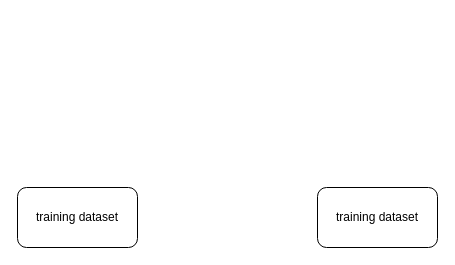
Above: 未命名绘图.drawio in xinxinxing/R-Drop (draw.io), before the change. Source tidied: cells renumbered, new cells numbered last; positions are measured from the earlier drawing's top-left corner, leaving out a move shared by most shapes. Both pictures are drawn from the tidied source at 100%, with x=0, y=0 at pixel (17, 187).
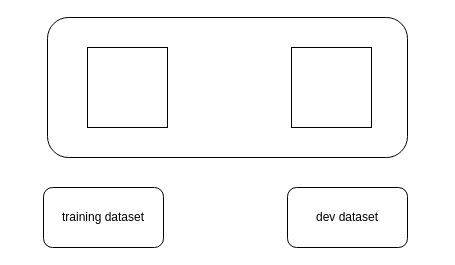
After the change.

Commit message (it also covers changes not shown here):
更新未命名绘图.drawio

Change to the diagram source:
```diff
@@
 <mxGraphModel>
   <root>
     <mxCell id="0" />
     <mxCell id="1" parent="0" />
     <mxCell id="2" value="training dataset" style="rounded=1;whiteSpace=wrap;html=1;" parent="1" vertex="1">
-      <mxGeometry width="120" height="60" as="geometry" />
+      <mxGeometry x="26" width="120" height="60" as="geometry" />
     </mxCell>
-    <mxCell id="3" value="training dataset" style="rounded=1;whiteSpace=wrap;html=1;" parent="1" vertex="1">
-      <mxGeometry x="300" width="120" height="60" as="geometry" />
+    <mxCell id="3" value="dev dataset" style="rounded=1;whiteSpace=wrap;html=1;" parent="1" vertex="1">
+      <mxGeometry x="270" width="120" height="60" as="geometry" />
     </mxCell>
+    <mxCell id="4" style="rounded=1;whiteSpace=wrap;html=1;" parent="1" vertex="1">
+      <mxGeometry x="30" y="-170" width="360" height="140" as="geometry" />
+    </mxCell>
+    <mxCell id="5" style="whiteSpace=wrap;html=1;" parent="1" vertex="1">
+      <mxGeometry x="70" y="-140" width="80" height="80" as="geometry" />
+    </mxCell>
+    <mxCell id="6" style="whiteSpace=wrap;html=1;" parent="1" vertex="1">
+      <mxGeometry x="274" y="-140" width="80" height="80" as="geometry" />
+    </mxCell>
   </root>
 </mxGraphModel>
```
